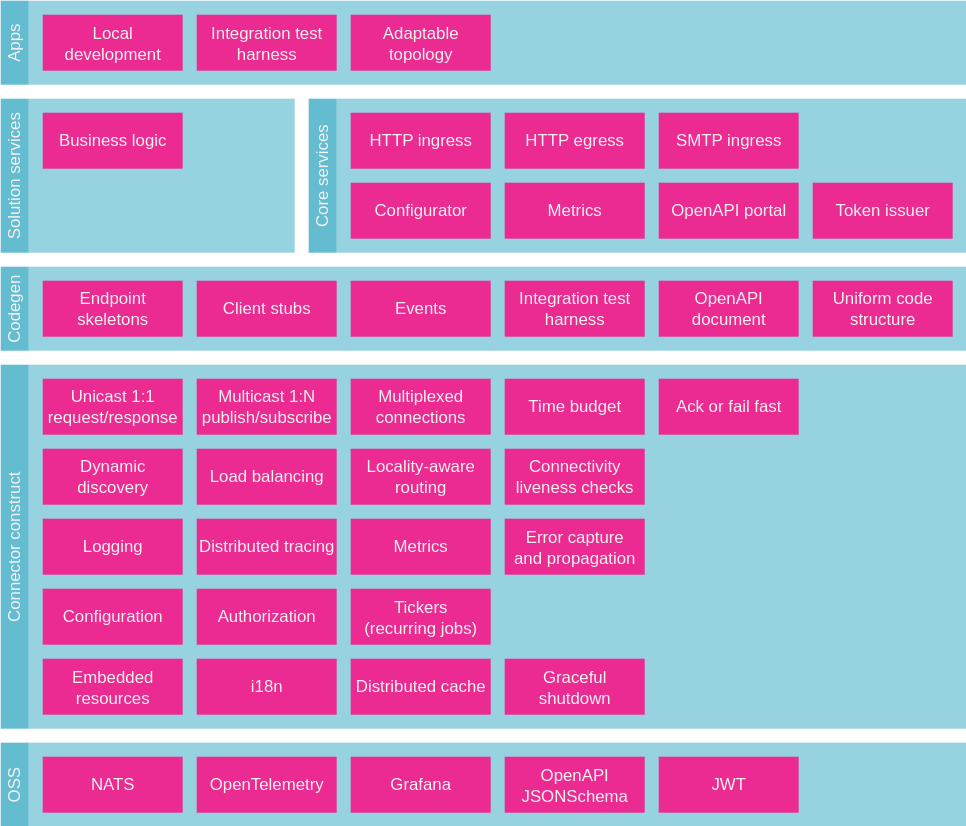
Before: docs/blocks/layers-1.drawio.svg, a diagram exported from draw.io (bhardwajRahul/fabric). Source tidied: cells renumbered, new cells last; positions are measured from the earlier drawing's top-left corner, leaving out a move shared by most shapes.
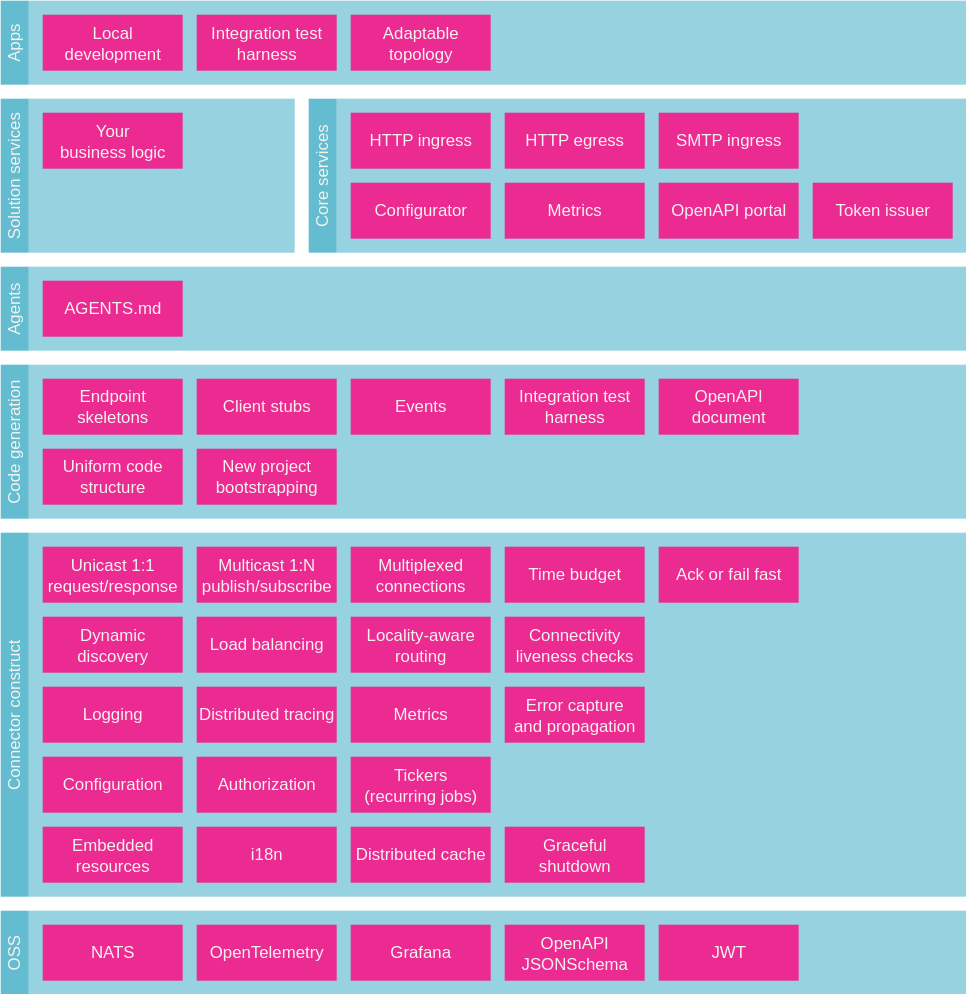
After the change.

Change to the diagram source:
```diff
@@ -15,32 +15,20 @@
       <mxGeometry y="260" width="20" height="260" as="geometry" />
     </mxCell>
     <mxCell id="6" style="rounded=0;whiteSpace=wrap;html=1;dashed=1;fillColor=#31a6c1;opacity=50;strokeColor=none;align=center;verticalAlign=middle;fontFamily=Helvetica;fontSize=12;fontColor=#F4F2EF;" parent="1" vertex="1">
-      <mxGeometry x="20" y="190" width="670" height="60" as="geometry" />
+      <mxGeometry x="20" y="70" width="670" height="60" as="geometry" />
     </mxCell>
-    <mxCell id="7" value="Codegen" style="rounded=0;whiteSpace=wrap;html=1;horizontal=0;strokeColor=none;fillColor=#31a6c1;opacity=75;shadow=0;fontColor=#F4F2EF;" parent="1" vertex="1">
-      <mxGeometry y="190" width="20" height="60" as="geometry" />
+    <mxCell id="7" value="Agents" style="rounded=0;whiteSpace=wrap;html=1;horizontal=0;strokeColor=none;fillColor=#31a6c1;opacity=75;shadow=0;fontColor=#F4F2EF;" parent="1" vertex="1">
+      <mxGeometry y="70" width="20" height="60" as="geometry" />
     </mxCell>
     <mxCell id="8" style="rounded=0;whiteSpace=wrap;html=1;fillColor=#31a6c1;opacity=50;strokeColor=none;fontColor=#F4F2EF;" parent="1" vertex="1">
-      <mxGeometry x="20" y="70" width="190" height="110" as="geometry" />
+      <mxGeometry x="20" y="-50" width="190" height="110" as="geometry" />
     </mxCell>
     <mxCell id="9" value="Solution services" style="rounded=0;whiteSpace=wrap;html=1;horizontal=0;strokeColor=none;fillColor=#31a6c1;opacity=75;shadow=0;fontColor=#F4F2EF;" parent="1" vertex="1">
-      <mxGeometry y="70" width="20" height="110" as="geometry" />
+      <mxGeometry y="-50" width="20" height="110" as="geometry" />
     </mxCell>
     <mxCell id="10" style="rounded=0;whiteSpace=wrap;html=1;dashed=1;fillColor=#31a6c1;opacity=50;strokeColor=none;align=center;verticalAlign=middle;fontFamily=Helvetica;fontSize=12;fontColor=#F4F2EF;" parent="1" vertex="1">
-      <mxGeometry x="240" y="70" width="450" height="110" as="geometry" />
+      <mxGeometry x="240" y="-50" width="450" height="110" as="geometry" />
     </mxCell>
-    <mxCell id="11" value="Client stubs" style="rounded=0;whiteSpace=wrap;html=1;fillColor=#eb2b91;strokeColor=none;fontColor=#F4F2EF;align=center;verticalAlign=middle;fontFamily=Helvetica;fontSize=12;" parent="1" vertex="1">
-      <mxGeometry x="140" y="200" width="100" height="40" as="geometry" />
-    </mxCell>
-    <mxCell id="12" value="Integration test harness" style="rounded=0;whiteSpace=wrap;html=1;fillColor=#eb2b91;strokeColor=none;fontColor=#F4F2EF;align=center;verticalAlign=middle;fontFamily=Helvetica;fontSize=12;" parent="1" vertex="1">
-      <mxGeometry x="360" y="200" width="100" height="40" as="geometry" />
-    </mxCell>
-    <mxCell id="13" value="OpenAPI&lt;div&gt;document&lt;/div&gt;" style="rounded=0;whiteSpace=wrap;html=1;fillColor=#eb2b91;strokeColor=none;fontColor=#F4F2EF;align=center;verticalAlign=middle;fontFamily=Helvetica;fontSize=12;" parent="1" vertex="1">
-      <mxGeometry x="470" y="200" width="100" height="40" as="geometry" />
-    </mxCell>
-    <mxCell id="14" value="Uniform code structure" style="rounded=0;whiteSpace=wrap;html=1;fillColor=#eb2b91;strokeColor=none;fontColor=#F4F2EF;align=center;verticalAlign=middle;fontFamily=Helvetica;fontSize=12;" parent="1" vertex="1">
-      <mxGeometry x="580" y="200" width="100" height="40" as="geometry" />
-    </mxCell>
     <mxCell id="15" value="Configuration" style="rounded=0;whiteSpace=wrap;html=1;fillColor=#eb2b91;strokeColor=none;fontColor=#F4F2EF;align=center;verticalAlign=middle;fontFamily=Helvetica;fontSize=12;" parent="1" vertex="1">
       <mxGeometry x="30" y="420" width="100" height="40" as="geometry" />
     </mxCell>
@@ -92,27 +80,24 @@
     <mxCell id="31" value="Load balancing" style="rounded=0;whiteSpace=wrap;html=1;fillColor=#eb2b91;strokeColor=none;fontColor=#F4F2EF;align=center;verticalAlign=middle;fontFamily=Helvetica;fontSize=12;" parent="1" vertex="1">
       <mxGeometry x="140" y="320" width="100" height="40" as="geometry" />
     </mxCell>
-    <mxCell id="32" value="Business logic" style="rounded=0;whiteSpace=wrap;html=1;fontColor=#F4F2EF;strokeColor=none;fillColor=#eb2b91;align=center;verticalAlign=middle;fontFamily=Helvetica;fontSize=12;" parent="1" vertex="1">
-      <mxGeometry x="30" y="80" width="100" height="40" as="geometry" />
+    <mxCell id="32" value="Your&lt;br&gt;business logic" style="rounded=0;whiteSpace=wrap;html=1;fontColor=#F4F2EF;strokeColor=none;fillColor=#eb2b91;align=center;verticalAlign=middle;fontFamily=Helvetica;fontSize=12;" parent="1" vertex="1">
+      <mxGeometry x="30" y="-40" width="100" height="40" as="geometry" />
     </mxCell>
     <mxCell id="33" value="HTTP ingress" style="rounded=0;whiteSpace=wrap;html=1;fillColor=#eb2b91;gradientColor=none;fontColor=#F4F2EF;strokeColor=none;align=center;verticalAlign=middle;fontFamily=Helvetica;fontSize=12;" parent="1" vertex="1">
-      <mxGeometry x="250" y="80" width="100" height="40" as="geometry" />
+      <mxGeometry x="250" y="-40" width="100" height="40" as="geometry" />
     </mxCell>
     <mxCell id="34" value="OpenAPI portal" style="rounded=0;whiteSpace=wrap;html=1;fillColor=#eb2b91;gradientColor=none;fontColor=#F4F2EF;strokeColor=none;align=center;verticalAlign=middle;fontFamily=Helvetica;fontSize=12;" parent="1" vertex="1">
-      <mxGeometry x="470" y="130" width="100" height="40" as="geometry" />
+      <mxGeometry x="470" y="10" width="100" height="40" as="geometry" />
     </mxCell>
     <mxCell id="35" value="Metrics" style="rounded=0;whiteSpace=wrap;html=1;fillColor=#eb2b91;gradientColor=none;fontColor=#F4F2EF;strokeColor=none;align=center;verticalAlign=middle;fontFamily=Helvetica;fontSize=12;" parent="1" vertex="1">
-      <mxGeometry x="360" y="130" width="100" height="40" as="geometry" />
+      <mxGeometry x="360" y="10" width="100" height="40" as="geometry" />
     </mxCell>
     <mxCell id="36" value="HTTP egress" style="rounded=0;whiteSpace=wrap;html=1;fillColor=#eb2b91;gradientColor=none;fontColor=#F4F2EF;strokeColor=none;align=center;verticalAlign=middle;fontFamily=Helvetica;fontSize=12;" parent="1" vertex="1">
-      <mxGeometry x="360" y="80" width="100" height="40" as="geometry" />
+      <mxGeometry x="360" y="-40" width="100" height="40" as="geometry" />
     </mxCell>
     <mxCell id="37" value="SMTP ingress" style="rounded=0;whiteSpace=wrap;html=1;fillColor=#eb2b91;gradientColor=none;fontColor=#F4F2EF;strokeColor=none;align=center;verticalAlign=middle;fontFamily=Helvetica;fontSize=12;" parent="1" vertex="1">
-      <mxGeometry x="470" y="80" width="100" height="40" as="geometry" />
+      <mxGeometry x="470" y="-40" width="100" height="40" as="geometry" />
     </mxCell>
-    <mxCell id="38" value="Events" style="rounded=0;whiteSpace=wrap;html=1;fillColor=#eb2b91;strokeColor=none;fontColor=#F4F2EF;align=center;verticalAlign=middle;fontFamily=Helvetica;fontSize=12;" parent="1" vertex="1">
-      <mxGeometry x="250" y="200" width="100" height="40" as="geometry" />
-    </mxCell>
     <mxCell id="39" value="OpenAPI&lt;br&gt;JSONSchema" style="rounded=0;whiteSpace=wrap;html=1;fillColor=#eb2b91;strokeColor=none;fontColor=#F4F2EF;align=center;verticalAlign=middle;fontFamily=Helvetica;fontSize=12;" parent="1" vertex="1">
       <mxGeometry x="360" y="540" width="100" height="40" as="geometry" />
     </mxCell>
@@ -123,28 +108,28 @@
       <mxGeometry x="140" y="470" width="100" height="40" as="geometry" />
     </mxCell>
     <mxCell id="42" value="Core services" style="rounded=0;whiteSpace=wrap;html=1;horizontal=0;strokeColor=none;fillColor=#31a6c1;opacity=75;shadow=0;fontColor=#F4F2EF;" parent="1" vertex="1">
-      <mxGeometry x="220" y="70" width="20" height="110" as="geometry" />
+      <mxGeometry x="220" y="-50" width="20" height="110" as="geometry" />
     </mxCell>
     <mxCell id="43" value="Configurator" style="rounded=0;whiteSpace=wrap;html=1;fillColor=#eb2b91;gradientColor=none;fontColor=#F4F2EF;strokeColor=none;align=center;verticalAlign=middle;fontFamily=Helvetica;fontSize=12;" parent="1" vertex="1">
-      <mxGeometry x="250" y="130" width="100" height="40" as="geometry" />
+      <mxGeometry x="250" y="10" width="100" height="40" as="geometry" />
     </mxCell>
-    <mxCell id="44" value="Endpoint skeletons" style="rounded=0;whiteSpace=wrap;html=1;fillColor=#eb2b91;strokeColor=none;fontColor=#F4F2EF;align=center;verticalAlign=middle;fontFamily=Helvetica;fontSize=12;" parent="1" vertex="1">
-      <mxGeometry x="30" y="200" width="100" height="40" as="geometry" />
+    <mxCell id="44" value="AGENTS.md" style="rounded=0;whiteSpace=wrap;html=1;fillColor=#eb2b91;strokeColor=none;fontColor=#F4F2EF;align=center;verticalAlign=middle;fontFamily=Helvetica;fontSize=12;" parent="1" vertex="1">
+      <mxGeometry x="30" y="80" width="100" height="40" as="geometry" />
     </mxCell>
     <mxCell id="45" style="rounded=0;whiteSpace=wrap;html=1;fillColor=#31a6c1;opacity=50;strokeColor=none;fontColor=#F4F2EF;" parent="1" vertex="1">
-      <mxGeometry x="20" width="670" height="60" as="geometry" />
+      <mxGeometry x="20" y="-120" width="670" height="60" as="geometry" />
     </mxCell>
     <mxCell id="46" value="Apps" style="rounded=0;whiteSpace=wrap;html=1;horizontal=0;strokeColor=none;fillColor=#31a6c1;opacity=75;shadow=0;fontColor=#F4F2EF;" parent="1" vertex="1">
-      <mxGeometry width="20" height="60" as="geometry" />
+      <mxGeometry y="-120" width="20" height="60" as="geometry" />
     </mxCell>
     <mxCell id="47" value="Local development" style="rounded=0;whiteSpace=wrap;html=1;fontColor=#F4F2EF;strokeColor=none;fillColor=#eb2b91;align=center;verticalAlign=middle;fontFamily=Helvetica;fontSize=12;" parent="1" vertex="1">
-      <mxGeometry x="30" y="10" width="100" height="40" as="geometry" />
+      <mxGeometry x="30" y="-110" width="100" height="40" as="geometry" />
     </mxCell>
     <mxCell id="48" value="Adaptable topology" style="rounded=0;whiteSpace=wrap;html=1;fontColor=#F4F2EF;strokeColor=none;fillColor=#eb2b91;align=center;verticalAlign=middle;fontFamily=Helvetica;fontSize=12;" parent="1" vertex="1">
-      <mxGeometry x="250" y="10" width="100" height="40" as="geometry" />
+      <mxGeometry x="250" y="-110" width="100" height="40" as="geometry" />
     </mxCell>
     <mxCell id="49" value="Integration test harness" style="rounded=0;whiteSpace=wrap;html=1;fillColor=#eb2b91;strokeColor=none;fontColor=#F4F2EF;align=center;verticalAlign=middle;fontFamily=Helvetica;fontSize=12;" parent="1" vertex="1">
-      <mxGeometry x="140" y="10" width="100" height="40" as="geometry" />
+      <mxGeometry x="140" y="-110" width="100" height="40" as="geometry" />
     </mxCell>
     <mxCell id="50" value="Locality-aware routing" style="rounded=0;whiteSpace=wrap;html=1;fillColor=#eb2b91;strokeColor=none;fontColor=#F4F2EF;align=center;verticalAlign=middle;fontFamily=Helvetica;fontSize=12;" parent="1" vertex="1">
       <mxGeometry x="250" y="320" width="100" height="40" as="geometry" />
@@ -156,7 +141,7 @@
       <mxGeometry x="360" y="470" width="100" height="40" as="geometry" />
     </mxCell>
     <mxCell id="53" value="Token issuer" style="rounded=0;whiteSpace=wrap;html=1;fillColor=#eb2b91;gradientColor=none;fontColor=#F4F2EF;strokeColor=none;align=center;verticalAlign=middle;fontFamily=Helvetica;fontSize=12;" parent="1" vertex="1">
-      <mxGeometry x="580" y="130" width="100" height="40" as="geometry" />
+      <mxGeometry x="580" y="10" width="100" height="40" as="geometry" />
     </mxCell>
     <mxCell id="54" value="Authorization" style="rounded=0;whiteSpace=wrap;html=1;fillColor=#eb2b91;strokeColor=none;fontColor=#F4F2EF;align=center;verticalAlign=middle;fontFamily=Helvetica;fontSize=12;" parent="1" vertex="1">
       <mxGeometry x="140" y="420" width="100" height="40" as="geometry" />
@@ -164,5 +149,32 @@
     <mxCell id="55" value="JWT" style="rounded=0;whiteSpace=wrap;html=1;fillColor=#eb2b91;strokeColor=none;fontColor=#F4F2EF;align=center;verticalAlign=middle;fontFamily=Helvetica;fontSize=12;" parent="1" vertex="1">
       <mxGeometry x="470" y="540" width="100" height="40" as="geometry" />
     </mxCell>
+    <mxCell id="56" style="rounded=0;whiteSpace=wrap;html=1;dashed=1;fillColor=#31a6c1;opacity=50;strokeColor=none;align=center;verticalAlign=middle;fontFamily=Helvetica;fontSize=12;fontColor=#F4F2EF;" parent="1" vertex="1">
+      <mxGeometry x="20" y="140" width="670" height="110" as="geometry" />
+    </mxCell>
+    <mxCell id="57" value="Code generation" style="rounded=0;whiteSpace=wrap;html=1;horizontal=0;strokeColor=none;fillColor=#31a6c1;opacity=75;shadow=0;fontColor=#F4F2EF;" parent="1" vertex="1">
+      <mxGeometry y="140" width="20" height="110" as="geometry" />
+    </mxCell>
+    <mxCell id="11" value="Client stubs" style="rounded=0;whiteSpace=wrap;html=1;fillColor=#eb2b91;strokeColor=none;fontColor=#F4F2EF;align=center;verticalAlign=middle;fontFamily=Helvetica;fontSize=12;" parent="1" vertex="1">
+      <mxGeometry x="140" y="150" width="100" height="40" as="geometry" />
+    </mxCell>
+    <mxCell id="12" value="Integration test harness" style="rounded=0;whiteSpace=wrap;html=1;fillColor=#eb2b91;strokeColor=none;fontColor=#F4F2EF;align=center;verticalAlign=middle;fontFamily=Helvetica;fontSize=12;" parent="1" vertex="1">
+      <mxGeometry x="360" y="150" width="100" height="40" as="geometry" />
+    </mxCell>
+    <mxCell id="13" value="OpenAPI&lt;div&gt;document&lt;/div&gt;" style="rounded=0;whiteSpace=wrap;html=1;fillColor=#eb2b91;strokeColor=none;fontColor=#F4F2EF;align=center;verticalAlign=middle;fontFamily=Helvetica;fontSize=12;" parent="1" vertex="1">
+      <mxGeometry x="470" y="150" width="100" height="40" as="geometry" />
+    </mxCell>
+    <mxCell id="14" value="Uniform code structure" style="rounded=0;whiteSpace=wrap;html=1;fillColor=#eb2b91;strokeColor=none;fontColor=#F4F2EF;align=center;verticalAlign=middle;fontFamily=Helvetica;fontSize=12;" parent="1" vertex="1">
+      <mxGeometry x="30" y="200" width="100" height="40" as="geometry" />
+    </mxCell>
+    <mxCell id="38" value="Events" style="rounded=0;whiteSpace=wrap;html=1;fillColor=#eb2b91;strokeColor=none;fontColor=#F4F2EF;align=center;verticalAlign=middle;fontFamily=Helvetica;fontSize=12;" parent="1" vertex="1">
+      <mxGeometry x="250" y="150" width="100" height="40" as="geometry" />
+    </mxCell>
+    <mxCell id="58" value="Endpoint skeletons" style="rounded=0;whiteSpace=wrap;html=1;fillColor=#eb2b91;strokeColor=none;fontColor=#F4F2EF;align=center;verticalAlign=middle;fontFamily=Helvetica;fontSize=12;" parent="1" vertex="1">
+      <mxGeometry x="30" y="150" width="100" height="40" as="geometry" />
+    </mxCell>
+    <mxCell id="59" value="New project bootstrapping" style="rounded=0;whiteSpace=wrap;html=1;fillColor=#eb2b91;strokeColor=none;fontColor=#F4F2EF;align=center;verticalAlign=middle;fontFamily=Helvetica;fontSize=12;" parent="1" vertex="1">
+      <mxGeometry x="140" y="200" width="100" height="40" as="geometry" />
+    </mxCell>
   </root>
 </mxGraphModel>
```
